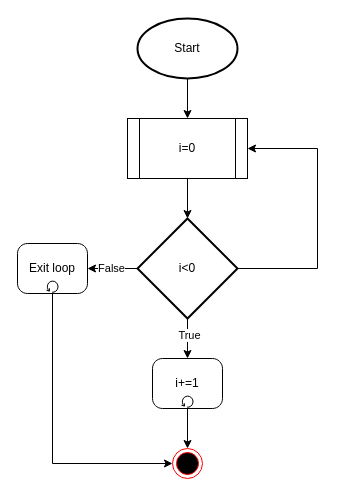
nanchmar-flutterint/DevOpsUpgrade keeps this draw.io diagram as loops.drawio. Above is the earlier version. Source tidied: cells renumbered, new cells numbered last; positions are measured from the earlier drawing's top-left corner, leaving out a move shared by most shapes. Both pictures are drawn from the tidied source at 100%, with x=0, y=0 at pixel (17, 18).
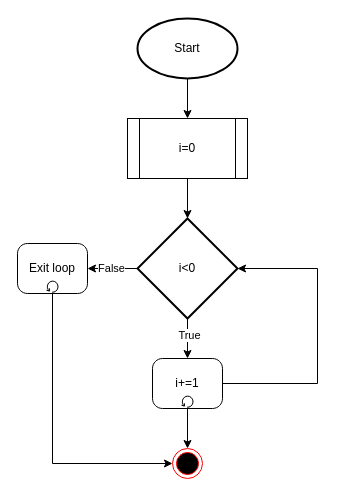
After the change.

Diff of the diagram source:
```diff
@@
 <mxGraphModel>
   <root>
     <mxCell id="0" />
     <mxCell id="1" parent="0" />
     <mxCell id="2" style="edgeStyle=orthogonalEdgeStyle;rounded=0;jettySize=auto;html=1;entryX=0.5;entryY=0;entryDx=0;entryDy=0;" parent="1" edge="1" source="3" target="4">
       <mxGeometry relative="1" as="geometry" />
     </mxCell>
     <mxCell id="3" value="Start" style="strokeWidth=2;html=1;shape=mxgraph.flowchart.start_1;whiteSpace=wrap;" parent="1" vertex="1">
       <mxGeometry x="120" width="100" height="60" as="geometry" />
     </mxCell>
     <mxCell id="4" value="i=0" style="shape=process;whiteSpace=wrap;html=1;backgroundOutline=1;" parent="1" vertex="1">
       <mxGeometry x="110" y="100" width="120" height="60" as="geometry" />
     </mxCell>
-    <mxCell id="5" style="edgeStyle=orthogonalEdgeStyle;rounded=0;jettySize=auto;html=1;exitX=1;exitY=0.5;exitDx=0;exitDy=0;exitPerimeter=0;entryX=1;entryY=0.5;entryDx=0;entryDy=0;" parent="1" edge="1" source="6" target="4">
+    <mxCell id="5" style="edgeStyle=orthogonalEdgeStyle;rounded=0;jettySize=auto;html=1;exitX=1;exitY=0.5;exitDx=0;exitDy=0;exitPerimeter=0;entryX=1;entryY=0.5;entryDx=0;entryDy=0;entryPerimeter=0;" parent="1" edge="1" source="9" target="6">
       <mxGeometry relative="1" as="geometry">
         <Array as="points">
+          <mxPoint x="300" y="365" />
           <mxPoint x="300" y="250" />
-          <mxPoint x="300" y="130" />
         </Array>
       </mxGeometry>
     </mxCell>
     <mxCell id="6" value="i&amp;lt;0" style="strokeWidth=2;html=1;shape=mxgraph.flowchart.decision;whiteSpace=wrap;" parent="1" vertex="1">
       <mxGeometry x="120" y="200" width="100" height="100" as="geometry" />
     </mxCell>
     <mxCell id="7" style="edgeStyle=orthogonalEdgeStyle;rounded=0;jettySize=auto;html=1;exitX=0.5;exitY=1;exitDx=0;exitDy=0;entryX=0.5;entryY=0;entryDx=0;entryDy=0;entryPerimeter=0;" parent="1" edge="1" source="4" target="6">
       <mxGeometry relative="1" as="geometry" />
     </mxCell>
     <mxCell id="8" style="edgeStyle=orthogonalEdgeStyle;rounded=0;jettySize=auto;html=1;entryX=0.5;entryY=0;entryDx=0;entryDy=0;" parent="1" edge="1" source="9" target="16">
       <mxGeometry relative="1" as="geometry" />
     </mxCell>
     <mxCell id="9" value="i+=1" style="points=[[0.25,0,0],[0.5,0,0],[0.75,0,0],[1,0.25,0],[1,0.5,0],[1,0.75,0],[0.75,1,0],[0.5,1,0],[0.25,1,0],[0,0.75,0],[0,0.5,0],[0,0.25,0]];shape=mxgraph.bpmn.task;whiteSpace=wrap;rectStyle=rounded;size=10;html=1;taskMarker=abstract;isLoopStandard=1;" parent="1" vertex="1">
       <mxGeometry x="135" y="340" width="70" height="50" as="geometry" />
     </mxCell>
     <mxCell id="10" style="edgeStyle=orthogonalEdgeStyle;rounded=0;jettySize=auto;html=1;entryX=0.5;entryY=0;entryDx=0;entryDy=0;entryPerimeter=0;" parent="1" edge="1" source="6" target="9">
       <mxGeometry relative="1" as="geometry" />
     </mxCell>
     <mxCell id="11" value="True" style="edgeLabel;html=1;align=center;verticalAlign=middle;" parent="10" vertex="1">
       <mxGeometry x="-0.2" y="1" relative="1" as="geometry" />
     </mxCell>
     <mxCell id="12" style="edgeStyle=orthogonalEdgeStyle;rounded=0;jettySize=auto;html=1;entryX=1;entryY=0.5;entryDx=0;entryDy=0;entryPerimeter=0;" parent="1" edge="1" source="6">
       <mxGeometry relative="1" as="geometry">
         <mxPoint x="70" y="250" as="targetPoint" />
       </mxGeometry>
     </mxCell>
     <mxCell id="13" value="False" style="edgeLabel;html=1;align=center;verticalAlign=middle;" parent="12" vertex="1">
       <mxGeometry x="0.08" y="-1" relative="1" as="geometry" />
     </mxCell>
     <mxCell id="14" style="edgeStyle=orthogonalEdgeStyle;rounded=0;jettySize=auto;html=1;exitX=0.5;exitY=1;exitDx=0;exitDy=0;exitPerimeter=0;entryX=0;entryY=0.5;entryDx=0;entryDy=0;" parent="1" edge="1" source="15" target="16">
       <mxGeometry relative="1" as="geometry" />
     </mxCell>
     <mxCell id="15" value="Exit loop" style="points=[[0.25,0,0],[0.5,0,0],[0.75,0,0],[1,0.25,0],[1,0.5,0],[1,0.75,0],[0.75,1,0],[0.5,1,0],[0.25,1,0],[0,0.75,0],[0,0.5,0],[0,0.25,0]];shape=mxgraph.bpmn.task;whiteSpace=wrap;rectStyle=rounded;size=10;html=1;taskMarker=abstract;isLoopStandard=1;" parent="1" vertex="1">
       <mxGeometry y="225" width="70" height="50" as="geometry" />
     </mxCell>
     <mxCell id="16" style="ellipse;html=1;shape=endState;fillColor=#000000;strokeColor=#ff0000;" parent="1" vertex="1">
       <mxGeometry x="155" y="430" width="30" height="30" as="geometry" />
     </mxCell>
   </root>
 </mxGraphModel>
```
